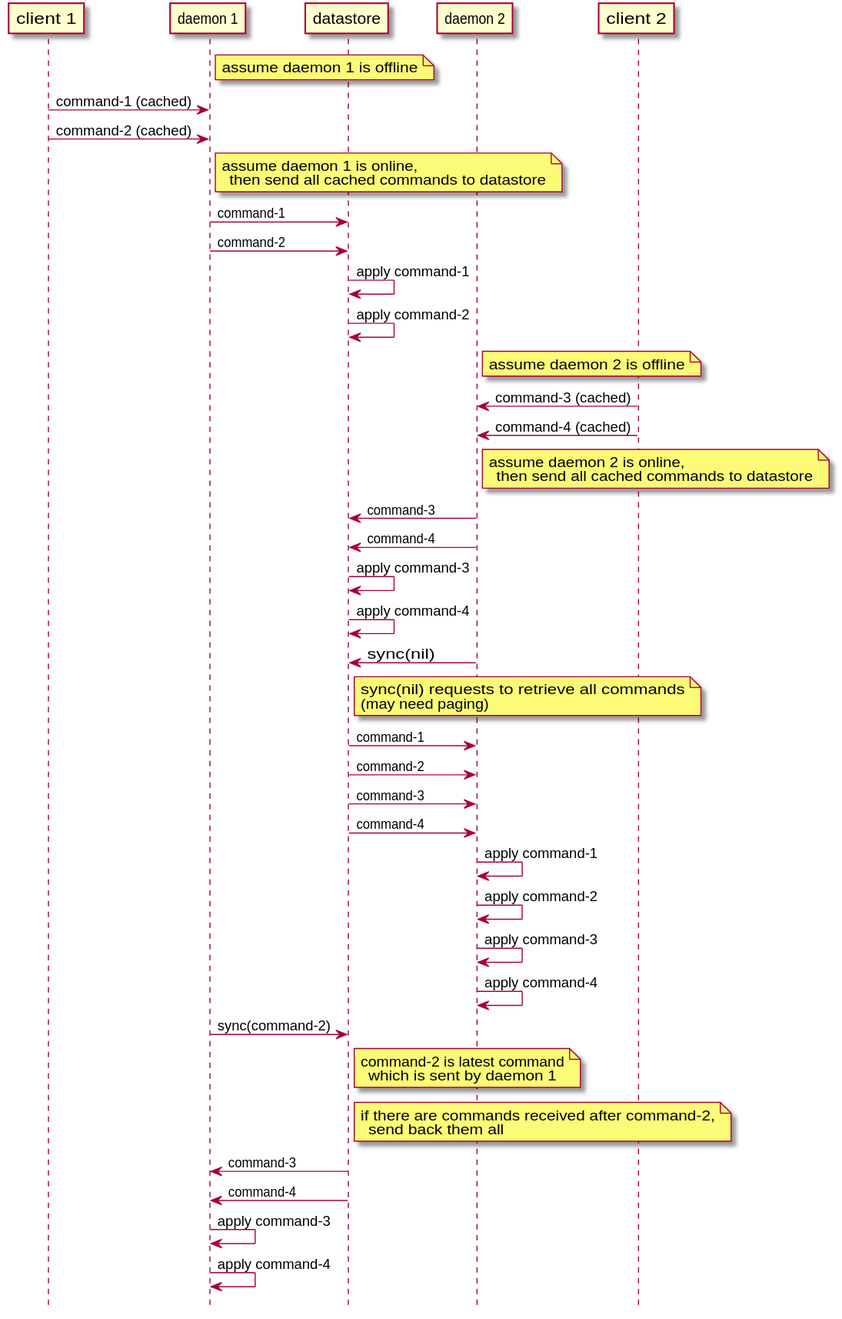
Before: docs/uml/sync.svg, a diagram exported from PlantUML (pankona/hashira).
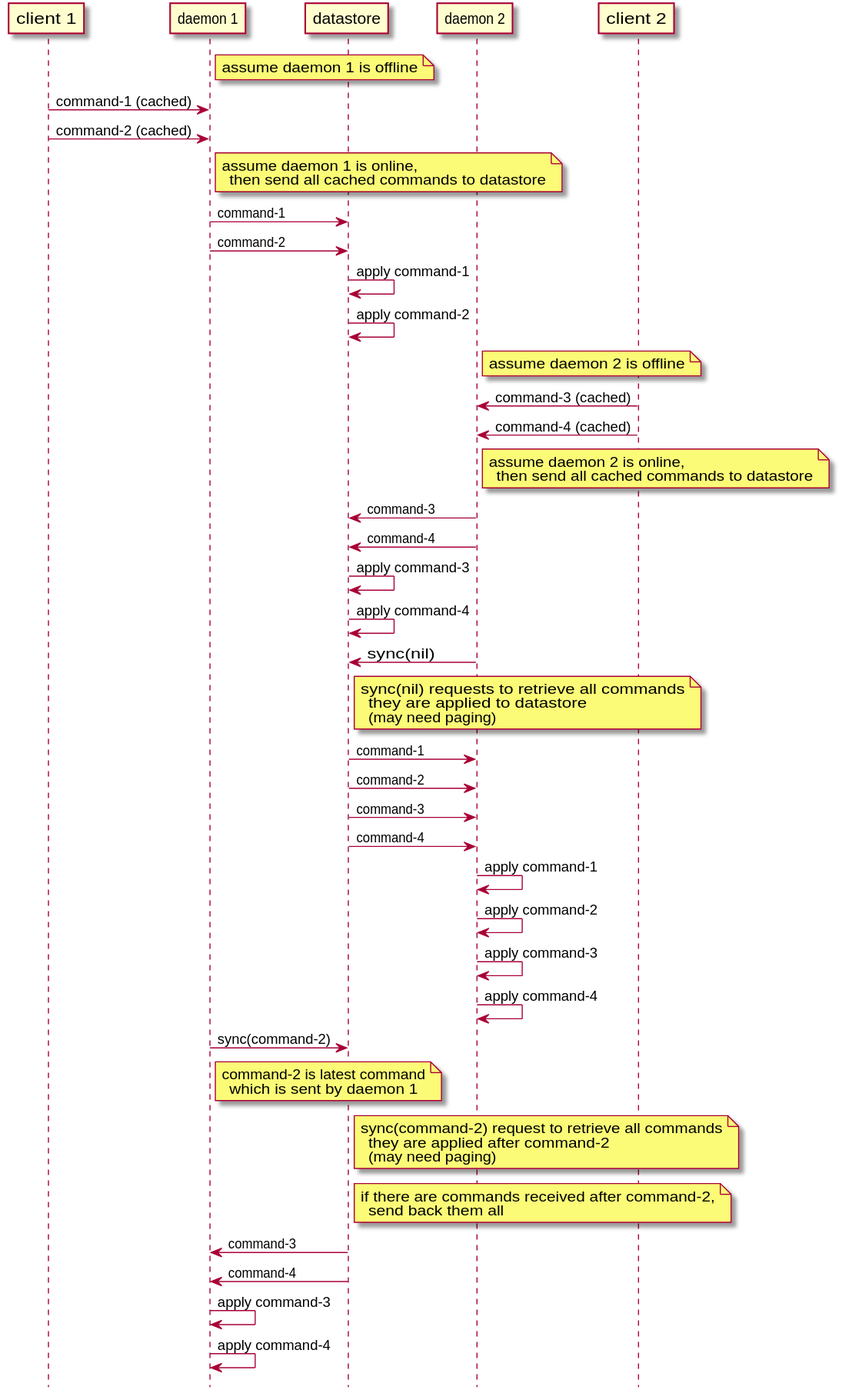
Later version of the same file.

Change to the diagram source:
```diff
@@ -32,7 +32,7 @@
 ds -> ds : apply command-4
 
 ds <- d2 : sync(nil)
-note right of ds: sync(nil) requests to retrieve all commands\n(may need paging)
+note right of ds: sync(nil) requests to retrieve all commands\n they are applied to datastore\n (may need paging)
 ds -> d2 : command-1
 ds -> d2 : command-2
 ds -> d2 : command-3
@@ -43,7 +43,8 @@
 d2 -> d2 : apply command-4
 
 d1 -> ds : sync(command-2)
-note right of ds : command-2 is latest command\n which is sent by daemon 1
+note right of d1 : command-2 is latest command\n which is sent by daemon 1
+note right of ds : sync(command-2) request to retrieve all commands\n they are applied after command-2\n (may need paging)
 note right of ds : if there are commands received after command-2,\n send back them all
 d1 <- ds : command-3
 d1 <- ds : command-4
```
